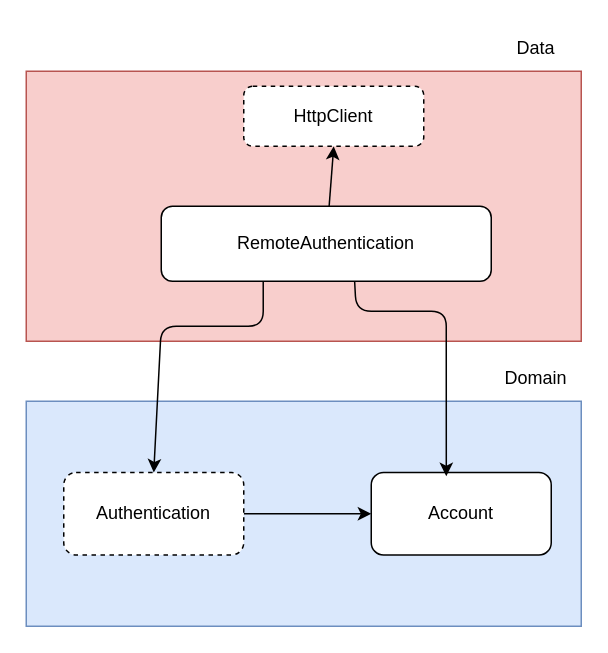
Earlier version of the draw.io diagram docs/diagram.drawio (Luke0195/clean_flutter). Source tidied: cells renumbered, new cells numbered last; positions are measured from the earlier drawing's top-left corner, leaving out a move shared by most shapes. Both pictures are drawn from the tidied source at 150%, with x=0, y=0 at pixel (26, 26).
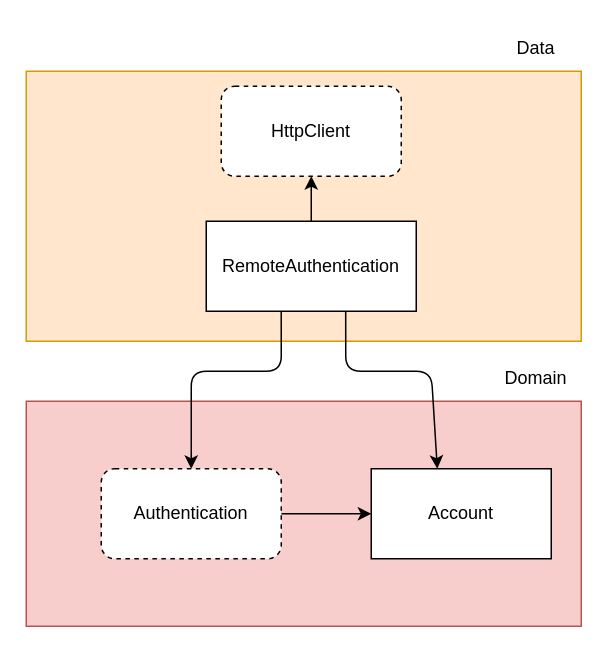
The same page after the edit.

Commit message (it also covers changes not shown here):
feat: add authentication usecase

What changed in the source:
```diff
@@
 <mxGraphModel>
   <root>
     <mxCell id="0" />
     <mxCell id="1" parent="0" />
-    <mxCell id="2" style="rounded=0;whiteSpace=wrap;html=1;fillColor=#f8cecc;strokeColor=#b85450;" parent="1" vertex="1">
-      <mxGeometry y="30" width="370" height="180" as="geometry" />
-    </mxCell>
-    <mxCell id="3" style="rounded=0;whiteSpace=wrap;html=1;fillColor=#dae8fc;strokeColor=#6c8ebf;" parent="1" vertex="1">
+    <mxCell id="3" style="rounded=0;whiteSpace=wrap;html=1;fillColor=#f8cecc;strokeColor=#b85450;" parent="1" vertex="1">
       <mxGeometry y="250" width="370" height="150" as="geometry" />
     </mxCell>
+    <mxCell id="11" value="Domain" style="text;html=1;align=center;verticalAlign=middle;whiteSpace=wrap;rounded=0;" parent="1" vertex="1">
+      <mxGeometry x="310" y="220" width="60" height="30" as="geometry" />
+    </mxCell>
     <mxCell id="4" style="edgeStyle=none;html=1;" parent="1" edge="1" source="5" target="7">
       <mxGeometry relative="1" as="geometry" />
     </mxCell>
     <mxCell id="5" value="Authentication" style="rounded=1;whiteSpace=wrap;html=1;dashed=1;" parent="1" vertex="1">
-      <mxGeometry x="25" y="297.5" width="120" height="55" as="geometry" />
+      <mxGeometry x="50" y="295" width="120" height="60" as="geometry" />
     </mxCell>
-    <mxCell id="6" value="Domain" style="text;html=1;align=center;verticalAlign=middle;whiteSpace=wrap;rounded=0;" parent="1" vertex="1">
-      <mxGeometry x="310" y="220" width="60" height="30" as="geometry" />
-    </mxCell>
-    <mxCell id="7" value="Account" style="rounded=1;whiteSpace=wrap;html=1;" parent="1" vertex="1">
-      <mxGeometry x="230" y="297.5" width="120" height="55" as="geometry" />
-    </mxCell>
+    <mxCell id="14" style="rounded=0;whiteSpace=wrap;html=1;fillColor=#ffe6cc;strokeColor=#d79b00;" parent="1" vertex="1">
+      <mxGeometry y="30" width="370" height="180" as="geometry" />
+    </mxCell>
     <mxCell id="8" value="Data" style="text;html=1;align=center;verticalAlign=middle;whiteSpace=wrap;rounded=0;" parent="1" vertex="1">
       <mxGeometry x="310" width="60" height="30" as="geometry" />
     </mxCell>
-    <mxCell id="9" style="edgeStyle=none;html=1;entryX=0.5;entryY=0;entryDx=0;entryDy=0;exitX=0.309;exitY=1;exitDx=0;exitDy=0;exitPerimeter=0;" parent="1" edge="1" source="12" target="5">
+    <mxCell id="9" style="edgeStyle=none;html=1;exitX=0.357;exitY=1;exitDx=0;exitDy=0;exitPerimeter=0;" parent="1" edge="1" source="12" target="5">
       <mxGeometry relative="1" as="geometry">
         <Array as="points">
-          <mxPoint x="158" y="200" />
-          <mxPoint x="90" y="200" />
+          <mxPoint x="170" y="230" />
+          <mxPoint x="110" y="230" />
         </Array>
       </mxGeometry>
     </mxCell>
-    <mxCell id="10" style="edgeStyle=none;html=1;exitX=0.586;exitY=1;exitDx=0;exitDy=0;exitPerimeter=0;entryX=0.417;entryY=0.045;entryDx=0;entryDy=0;entryPerimeter=0;" parent="1" edge="1" source="12" target="7">
+    <mxCell id="10" style="edgeStyle=none;html=1;entryX=0.367;entryY=0;entryDx=0;entryDy=0;exitX=0.664;exitY=0.967;exitDx=0;exitDy=0;exitPerimeter=0;entryPerimeter=0;" parent="1" edge="1" source="12" target="7">
       <mxGeometry relative="1" as="geometry">
         <Array as="points">
-          <mxPoint x="220" y="190" />
-          <mxPoint x="280" y="190" />
+          <mxPoint x="213" y="230" />
+          <mxPoint x="270" y="230" />
         </Array>
       </mxGeometry>
     </mxCell>
-    <mxCell id="11" style="edgeStyle=none;html=1;entryX=0.5;entryY=1;entryDx=0;entryDy=0;" parent="1" edge="1" source="12" target="13">
-      <mxGeometry relative="1" as="geometry" />
-    </mxCell>
+    <mxCell id="15" style="edgeStyle=none;html=1;entryX=0.5;entryY=1;entryDx=0;entryDy=0;" parent="1" edge="1" source="12" target="13">
+      <mxGeometry relative="1" as="geometry" />
+    </mxCell>
-    <mxCell id="12" value="RemoteAuthentication" style="rounded=1;whiteSpace=wrap;html=1;" parent="1" vertex="1">
-      <mxGeometry x="90" y="120" width="220" height="50" as="geometry" />
+    <mxCell id="12" value="RemoteAuthentication" style="rounded=0;whiteSpace=wrap;html=1;" parent="1" vertex="1">
+      <mxGeometry x="120" y="130" width="140" height="60" as="geometry" />
     </mxCell>
+    <mxCell id="7" value="Account" style="rounded=0;whiteSpace=wrap;html=1;" parent="1" vertex="1">
+      <mxGeometry x="230" y="295" width="120" height="60" as="geometry" />
+    </mxCell>
     <mxCell id="13" value="HttpClient" style="rounded=1;whiteSpace=wrap;html=1;dashed=1;" parent="1" vertex="1">
-      <mxGeometry x="145" y="40" width="120" height="40" as="geometry" />
+      <mxGeometry x="130" y="40" width="120" height="60" as="geometry" />
     </mxCell>
   </root>
 </mxGraphModel>
```
